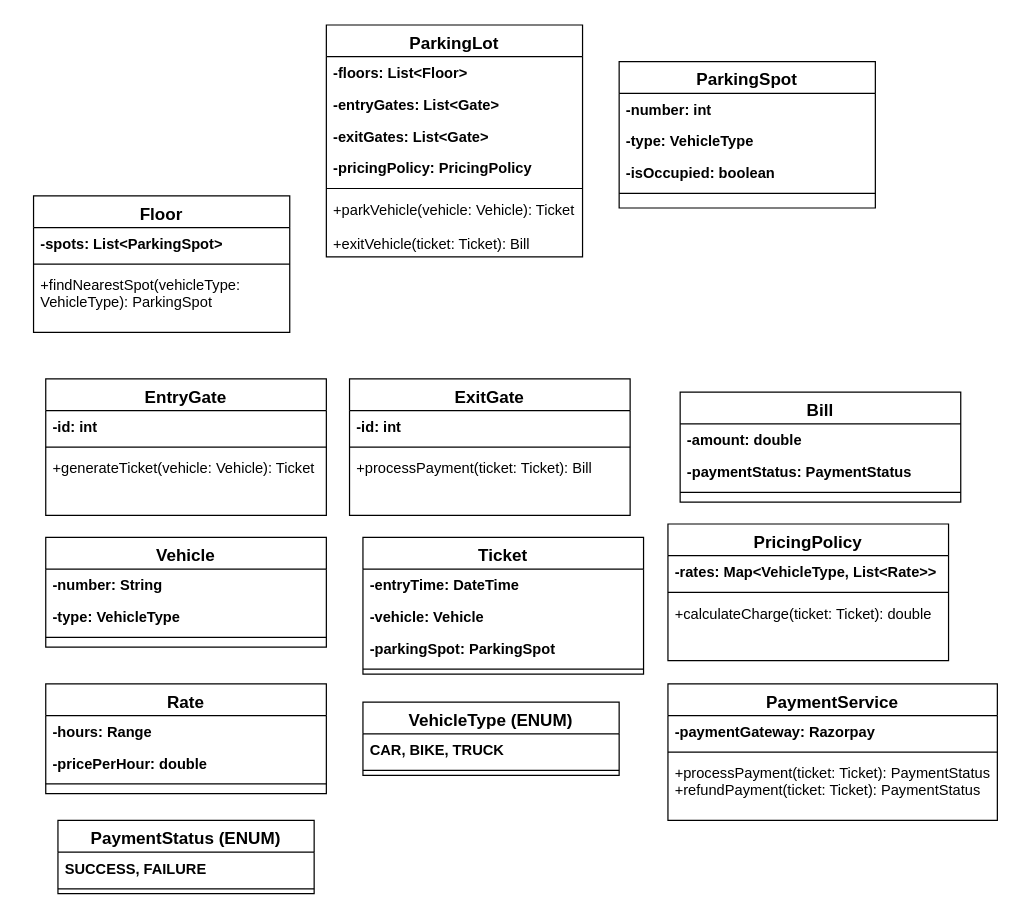
Above: Parkinglot-Class-diagram.drawio in geeky-sanjay/class-diagrams (draw.io), before the change. Source tidied: cells renumbered, new cells numbered last; positions are measured from the earlier drawing's top-left corner, leaving out a move shared by most shapes. Both pictures are drawn from the tidied source at 122%, with x=0, y=0 at pixel (33, 24).
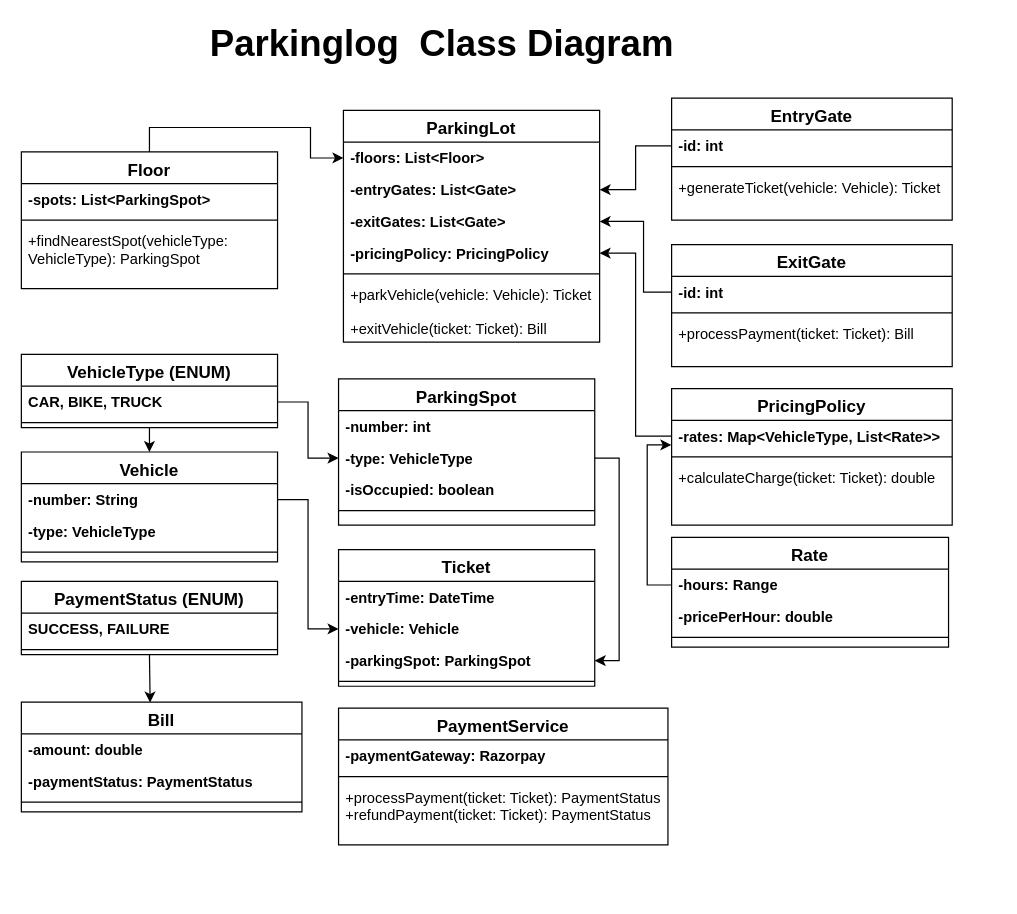
The same diagram, later.

Unchanged cells that the change refers to:
```xml
<mxCell id="3" value="-floors: List&lt;Floor&gt; " style="text;align=left;verticalAlign=top;spacingLeft=4;spacingRight=4;overflow=hidden;points=[[0,0.5],[1,0.5]];portConstraint=eastwest;fontStyle=1;" parent="2" vertex="1">
  <mxGeometry y="26" width="210" height="26" as="geometry" />
</mxCell>
<mxCell id="4" value="-entryGates: List&lt;Gate&gt;" style="text;align=left;verticalAlign=top;spacingLeft=4;spacingRight=4;overflow=hidden;points=[[0,0.5],[1,0.5]];portConstraint=eastwest;rounded=0;shadow=0;html=0;fontStyle=1;" parent="2" vertex="1">
  <mxGeometry y="52" width="210" height="26" as="geometry" />
</mxCell>
<mxCell id="5" value="-exitGates: List&lt;Gate&gt;  " style="text;align=left;verticalAlign=top;spacingLeft=4;spacingRight=4;overflow=hidden;points=[[0,0.5],[1,0.5]];portConstraint=eastwest;rounded=0;shadow=0;html=0;fontStyle=1;" parent="2" vertex="1">
  <mxGeometry y="78" width="210" height="26" as="geometry" />
</mxCell>
<mxCell id="6" value="-pricingPolicy: PricingPolicy " style="text;align=left;verticalAlign=top;spacingLeft=4;spacingRight=4;overflow=hidden;points=[[0,0.5],[1,0.5]];portConstraint=eastwest;rounded=0;shadow=0;html=0;fontStyle=1;" parent="2" vertex="1">
  <mxGeometry y="104" width="210" height="26" as="geometry" />
</mxCell>
<mxCell id="15" value="-type: VehicleType" style="text;align=left;verticalAlign=top;spacingLeft=4;spacingRight=4;overflow=hidden;points=[[0,0.5],[1,0.5]];portConstraint=eastwest;rounded=0;shadow=0;html=0;fontStyle=1;" parent="13" vertex="1">
  <mxGeometry y="52" width="210" height="26" as="geometry" />
</mxCell>
<mxCell id="19" value="-id: int  &#10;" style="text;align=left;verticalAlign=top;spacingLeft=4;spacingRight=4;overflow=hidden;points=[[0,0.5],[1,0.5]];portConstraint=eastwest;fontStyle=1;" parent="18" vertex="1">
  <mxGeometry y="26" width="230" height="26" as="geometry" />
</mxCell>
<mxCell id="23" value="-id: int  &#10;" style="text;align=left;verticalAlign=top;spacingLeft=4;spacingRight=4;overflow=hidden;points=[[0,0.5],[1,0.5]];portConstraint=eastwest;fontStyle=1;" parent="22" vertex="1">
  <mxGeometry y="26" width="230" height="26" as="geometry" />
</mxCell>
<mxCell id="40" value="-rates: Map&lt;VehicleType, List&lt;Rate&gt;&gt;&#10;" style="text;align=left;verticalAlign=top;spacingLeft=4;spacingRight=4;overflow=hidden;points=[[0,0.5],[1,0.5]];portConstraint=eastwest;fontStyle=1;" parent="39" vertex="1">
  <mxGeometry y="26" width="230" height="26" as="geometry" />
</mxCell>
<mxCell id="48" value="CAR, BIKE, TRUCK &#10;" style="text;align=left;verticalAlign=top;spacingLeft=4;spacingRight=4;overflow=hidden;points=[[0,0.5],[1,0.5]];portConstraint=eastwest;fontStyle=1;" parent="47" vertex="1">
  <mxGeometry y="26" width="210" height="26" as="geometry" />
</mxCell>
```

Diff of the diagram source:
```diff
@@
     <mxCell id="2" value="ParkingLot" style="swimlane;fontStyle=1;align=center;verticalAlign=top;horizontal=1;startSize=26;rounded=0;shadow=0;strokeWidth=1;fontSize=14;" parent="1" vertex="1">
-      <mxGeometry x="240" width="210" height="190" as="geometry" />
+      <mxGeometry x="254" y="70" width="210" height="190" as="geometry" />
     </mxCell>
@@
+    <mxCell id="57" style="edgeStyle=orthogonalEdgeStyle;rounded=0;jettySize=auto;html=1;exitX=0.5;exitY=0;exitDx=0;exitDy=0;entryX=0;entryY=0.5;entryDx=0;entryDy=0;" parent="1" edge="1" source="9" target="3">
+      <mxGeometry relative="1" as="geometry" />
+    </mxCell>
     <mxCell id="9" value="Floor" style="swimlane;fontStyle=1;align=center;verticalAlign=top;horizontal=1;startSize=26;rounded=0;shadow=0;strokeWidth=1;fontSize=14;" parent="1" vertex="1">
-      <mxGeometry y="140" width="210" height="112" as="geometry" />
+      <mxGeometry x="-10" y="104" width="210" height="112" as="geometry" />
     </mxCell>
@@
     <mxCell id="13" value="ParkingSpot" style="swimlane;fontStyle=1;align=center;verticalAlign=top;horizontal=1;startSize=26;rounded=0;shadow=0;strokeWidth=1;fontSize=14;" parent="1" vertex="1">
-      <mxGeometry x="480" y="30" width="210" height="120" as="geometry" />
+      <mxGeometry x="250" y="290" width="210" height="120" as="geometry" />
     </mxCell>
@@
     <mxCell id="18" value="EntryGate" style="swimlane;fontStyle=1;align=center;verticalAlign=top;horizontal=1;startSize=26;rounded=0;shadow=0;strokeWidth=1;fontSize=14;" parent="1" vertex="1">
-      <mxGeometry x="10" y="290" width="230" height="112" as="geometry" />
+      <mxGeometry x="523" y="60" width="230" height="100" as="geometry" />
     </mxCell>
@@
     <mxCell id="21" value="+generateTicket(vehicle: Vehicle): Ticket" style="text;align=left;verticalAlign=top;spacingLeft=4;spacingRight=4;overflow=hidden;" parent="18" vertex="1">
-      <mxGeometry y="60" width="230" height="52" as="geometry" />
+      <mxGeometry y="60" width="230" height="40" as="geometry" />
     </mxCell>
     <mxCell id="22" value="ExitGate" style="swimlane;fontStyle=1;align=center;verticalAlign=top;horizontal=1;startSize=26;rounded=0;shadow=0;strokeWidth=1;fontSize=14;" parent="1" vertex="1">
-      <mxGeometry x="259" y="290" width="230" height="112" as="geometry" />
+      <mxGeometry x="523" y="180" width="230" height="100" as="geometry" />
     </mxCell>
@@
     <mxCell id="25" value="+processPayment(ticket: Ticket): Bill " style="text;align=left;verticalAlign=top;spacingLeft=4;spacingRight=4;overflow=hidden;" parent="22" vertex="1">
-      <mxGeometry y="60" width="230" height="52" as="geometry" />
+      <mxGeometry y="60" width="230" height="40" as="geometry" />
     </mxCell>
     <mxCell id="26" value="Vehicle" style="swimlane;fontStyle=1;align=center;verticalAlign=top;horizontal=1;startSize=26;rounded=0;shadow=0;strokeWidth=1;fontSize=14;" parent="1" vertex="1">
-      <mxGeometry x="10" y="420" width="230" height="90" as="geometry" />
+      <mxGeometry x="-10" y="350" width="210" height="90" as="geometry" />
     </mxCell>
     <mxCell id="27" value="-number: String  &#10;" style="text;align=left;verticalAlign=top;spacingLeft=4;spacingRight=4;overflow=hidden;points=[[0,0.5],[1,0.5]];portConstraint=eastwest;fontStyle=1;" parent="26" vertex="1">
-      <mxGeometry y="26" width="230" height="26" as="geometry" />
+      <mxGeometry y="26" width="210" height="26" as="geometry" />
     </mxCell>
     <mxCell id="28" value="-type: VehicleType &#10;" style="text;align=left;verticalAlign=top;spacingLeft=4;spacingRight=4;overflow=hidden;fontStyle=1;" parent="26" vertex="1">
-      <mxGeometry y="52" width="230" height="26" as="geometry" />
+      <mxGeometry y="52" width="210" height="26" as="geometry" />
     </mxCell>
     <mxCell id="29" style="line;html=1;strokeWidth=1;align=left;verticalAlign=middle;spacingTop=-1;spacingLeft=3;spacingRight=3;labelPosition=right;" parent="26" vertex="1">
-      <mxGeometry y="78" width="230" height="8" as="geometry" />
+      <mxGeometry y="78" width="210" height="8" as="geometry" />
     </mxCell>
     <mxCell id="30" value="Ticket" style="swimlane;fontStyle=1;align=center;verticalAlign=top;horizontal=1;startSize=26;rounded=0;shadow=0;strokeWidth=1;fontSize=14;" parent="1" vertex="1">
-      <mxGeometry x="270" y="420" width="230" height="112" as="geometry" />
+      <mxGeometry x="250" y="430" width="210" height="112" as="geometry" />
     </mxCell>
     <mxCell id="31" value="-entryTime: DateTime&#10;" style="text;align=left;verticalAlign=top;spacingLeft=4;spacingRight=4;overflow=hidden;fontStyle=1;" parent="30" vertex="1">
-      <mxGeometry y="26" width="230" height="26" as="geometry" />
+      <mxGeometry y="26" width="210" height="26" as="geometry" />
     </mxCell>
     <mxCell id="32" value="-vehicle: Vehicle  &#10;" style="text;align=left;verticalAlign=top;spacingLeft=4;spacingRight=4;overflow=hidden;points=[[0,0.5],[1,0.5]];portConstraint=eastwest;fontStyle=1;" parent="30" vertex="1">
-      <mxGeometry y="52" width="230" height="26" as="geometry" />
+      <mxGeometry y="52" width="210" height="26" as="geometry" />
     </mxCell>
     <mxCell id="33" value="-parkingSpot: ParkingSpot&#10;" style="text;align=left;verticalAlign=top;spacingLeft=4;spacingRight=4;overflow=hidden;points=[[0,0.5],[1,0.5]];portConstraint=eastwest;fontStyle=1;" parent="30" vertex="1">
-      <mxGeometry y="78" width="230" height="26" as="geometry" />
+      <mxGeometry y="78" width="210" height="26" as="geometry" />
     </mxCell>
     <mxCell id="34" style="line;html=1;strokeWidth=1;align=left;verticalAlign=middle;spacingTop=-1;spacingLeft=3;spacingRight=3;labelPosition=right;" parent="30" vertex="1">
-      <mxGeometry y="104" width="230" height="8" as="geometry" />
+      <mxGeometry y="104" width="210" height="8" as="geometry" />
     </mxCell>
     <mxCell id="35" value="Bill" style="swimlane;fontStyle=1;align=center;verticalAlign=top;horizontal=1;startSize=26;rounded=0;shadow=0;strokeWidth=1;fontSize=14;" parent="1" vertex="1">
-      <mxGeometry x="530" y="301" width="230" height="90" as="geometry" />
+      <mxGeometry x="-10" y="555" width="230" height="90" as="geometry" />
     </mxCell>
@@
     <mxCell id="39" value="PricingPolicy" style="swimlane;fontStyle=1;align=center;verticalAlign=top;horizontal=1;startSize=26;rounded=0;shadow=0;strokeWidth=1;fontSize=14;" parent="1" vertex="1">
-      <mxGeometry x="520" y="409" width="230" height="112" as="geometry" />
+      <mxGeometry x="523" y="298" width="230" height="112" as="geometry" />
     </mxCell>
@@
     <mxCell id="43" value="Rate" style="swimlane;fontStyle=1;align=center;verticalAlign=top;horizontal=1;startSize=26;rounded=0;shadow=0;strokeWidth=1;fontSize=14;" parent="1" vertex="1">
-      <mxGeometry x="10" y="540" width="230" height="90" as="geometry" />
+      <mxGeometry x="523" y="420" width="227" height="90" as="geometry" />
     </mxCell>
     <mxCell id="44" value="-hours: Range     &#10;" style="text;align=left;verticalAlign=top;spacingLeft=4;spacingRight=4;overflow=hidden;points=[[0,0.5],[1,0.5]];portConstraint=eastwest;fontStyle=1;" parent="43" vertex="1">
-      <mxGeometry y="26" width="230" height="26" as="geometry" />
+      <mxGeometry y="26" width="227" height="26" as="geometry" />
     </mxCell>
     <mxCell id="45" value="-pricePerHour: double&#10;" style="text;align=left;verticalAlign=top;spacingLeft=4;spacingRight=4;overflow=hidden;fontStyle=1;" parent="43" vertex="1">
-      <mxGeometry y="52" width="230" height="26" as="geometry" />
+      <mxGeometry y="52" width="227" height="26" as="geometry" />
     </mxCell>
     <mxCell id="46" style="line;html=1;strokeWidth=1;align=left;verticalAlign=middle;spacingTop=-1;spacingLeft=3;spacingRight=3;labelPosition=right;" parent="43" vertex="1">
-      <mxGeometry y="78" width="230" height="8" as="geometry" />
+      <mxGeometry y="78" width="227" height="8" as="geometry" />
     </mxCell>
+    <mxCell id="58" style="edgeStyle=orthogonalEdgeStyle;rounded=0;jettySize=auto;html=1;exitX=0.5;exitY=1;exitDx=0;exitDy=0;entryX=0.5;entryY=0;entryDx=0;entryDy=0;" parent="1" edge="1" source="47" target="26">
+      <mxGeometry relative="1" as="geometry" />
+    </mxCell>
     <mxCell id="47" value="VehicleType (ENUM)" style="swimlane;fontStyle=1;align=center;verticalAlign=top;horizontal=1;startSize=26;rounded=0;shadow=0;strokeWidth=1;fontSize=14;" parent="1" vertex="1">
-      <mxGeometry x="270" y="555" width="210" height="60" as="geometry" />
+      <mxGeometry x="-10" y="270" width="210" height="60" as="geometry" />
     </mxCell>
@@
     <mxCell id="50" value="PaymentService" style="swimlane;fontStyle=1;align=center;verticalAlign=top;horizontal=1;startSize=26;rounded=0;shadow=0;strokeWidth=1;fontSize=14;" parent="1" vertex="1">
-      <mxGeometry x="520" y="540" width="270" height="112" as="geometry" />
+      <mxGeometry x="250" y="560" width="270" height="112" as="geometry" />
     </mxCell>
@@
     <mxCell id="54" value="PaymentStatus (ENUM)" style="swimlane;fontStyle=1;align=center;verticalAlign=top;horizontal=1;startSize=26;rounded=0;shadow=0;strokeWidth=1;fontSize=14;" parent="1" vertex="1">
-      <mxGeometry x="20" y="652" width="210" height="60" as="geometry" />
+      <mxGeometry x="-10" y="456" width="210" height="60" as="geometry" />
     </mxCell>
@@
+    <mxCell id="59" style="edgeStyle=orthogonalEdgeStyle;rounded=0;jettySize=auto;html=1;exitX=0;exitY=0.5;exitDx=0;exitDy=0;entryX=1;entryY=0.5;entryDx=0;entryDy=0;" parent="1" edge="1" source="19" target="4">
+      <mxGeometry relative="1" as="geometry" />
+    </mxCell>
+    <mxCell id="60" style="edgeStyle=orthogonalEdgeStyle;rounded=0;jettySize=auto;html=1;exitX=0;exitY=0.5;exitDx=0;exitDy=0;entryX=1;entryY=0.5;entryDx=0;entryDy=0;" parent="1" edge="1" source="23" target="5">
+      <mxGeometry relative="1" as="geometry">
+        <Array as="points">
+          <mxPoint x="500" y="219" />
+          <mxPoint x="500" y="161" />
+        </Array>
+      </mxGeometry>
+    </mxCell>
+    <mxCell id="61" style="edgeStyle=orthogonalEdgeStyle;rounded=0;jettySize=auto;html=1;exitX=1;exitY=0.5;exitDx=0;exitDy=0;entryX=0;entryY=0.5;entryDx=0;entryDy=0;" parent="1" edge="1" source="27" target="32">
+      <mxGeometry relative="1" as="geometry" />
+    </mxCell>
+    <mxCell id="62" style="edgeStyle=orthogonalEdgeStyle;rounded=0;jettySize=auto;html=1;exitX=1;exitY=0.5;exitDx=0;exitDy=0;entryX=1;entryY=0.5;entryDx=0;entryDy=0;" parent="1" edge="1" source="15" target="33">
+      <mxGeometry relative="1" as="geometry" />
+    </mxCell>
+    <mxCell id="63" style="edgeStyle=orthogonalEdgeStyle;rounded=0;jettySize=auto;html=1;exitX=1;exitY=0.5;exitDx=0;exitDy=0;entryX=0;entryY=0.5;entryDx=0;entryDy=0;" parent="1" edge="1" source="48" target="15">
+      <mxGeometry relative="1" as="geometry" />
+    </mxCell>
+    <mxCell id="64" style="edgeStyle=orthogonalEdgeStyle;rounded=0;jettySize=auto;html=1;exitX=0;exitY=0.5;exitDx=0;exitDy=0;entryX=1;entryY=0.5;entryDx=0;entryDy=0;" parent="1" edge="1" source="40" target="6">
+      <mxGeometry relative="1" as="geometry" />
+    </mxCell>
+    <mxCell id="65" style="edgeStyle=orthogonalEdgeStyle;rounded=0;jettySize=auto;html=1;exitX=0;exitY=0.5;exitDx=0;exitDy=0;entryX=-0.001;entryY=0.777;entryDx=0;entryDy=0;entryPerimeter=0;" parent="1" edge="1" source="44" target="40">
+      <mxGeometry relative="1" as="geometry" />
+    </mxCell>
+    <mxCell id="66" style="edgeStyle=orthogonalEdgeStyle;rounded=0;jettySize=auto;html=1;exitX=0.5;exitY=1;exitDx=0;exitDy=0;entryX=0.459;entryY=0.004;entryDx=0;entryDy=0;entryPerimeter=0;" parent="1" edge="1" source="54" target="35">
+      <mxGeometry relative="1" as="geometry" />
+    </mxCell>
+    <mxCell id="67" value="Parkinglog&amp;nbsp; Class Diagram" style="text;html=1;align=center;verticalAlign=middle;whiteSpace=wrap;rounded=0;fontSize=30;fontStyle=1;" parent="1" vertex="1">
+      <mxGeometry x="120" width="430" height="30" as="geometry" />
+    </mxCell>
```
